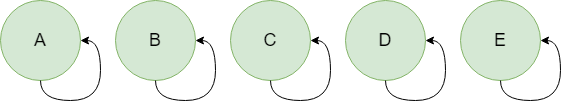
The draw.io diagram algrithem/union_set_example1.drawio.png in muxicode/c153080686, before a commit. Source tidied: cells renumbered, new cells last; positions are measured from the earlier drawing's top-left corner, leaving out a move shared by most shapes.
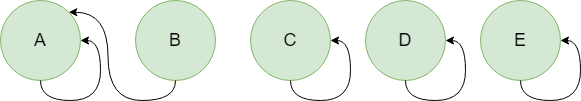
The same file after the commit.

Change to the diagram source:
```diff
@@ -3,7 +3,7 @@
     <mxCell id="0" />
     <mxCell id="1" parent="0" />
     <mxCell id="2" value="&lt;font style=&quot;font-size: 18px;&quot;&gt;A&lt;/font&gt;" style="ellipse;whiteSpace=wrap;html=1;fillColor=#d5e8d4;strokeColor=#82b366;" parent="1" vertex="1">
-      <mxGeometry width="80" height="80" as="geometry" />
+      <mxGeometry x="-20" width="80" height="80" as="geometry" />
     </mxCell>
     <mxCell id="3" style="edgeStyle=orthogonalEdgeStyle;rounded=0;orthogonalLoop=1;jettySize=auto;html=1;exitX=0.5;exitY=1;exitDx=0;exitDy=0;entryX=1;entryY=0.5;entryDx=0;entryDy=0;curved=1;" parent="1" edge="1" source="2" target="2">
       <mxGeometry relative="1" as="geometry" />
@@ -11,7 +11,7 @@
     <mxCell id="4" value="&lt;font style=&quot;font-size: 18px;&quot;&gt;B&lt;/font&gt;" style="ellipse;whiteSpace=wrap;html=1;fillColor=#d5e8d4;strokeColor=#82b366;" parent="1" vertex="1">
       <mxGeometry x="115" width="80" height="80" as="geometry" />
     </mxCell>
-    <mxCell id="5" style="edgeStyle=orthogonalEdgeStyle;rounded=0;orthogonalLoop=1;jettySize=auto;html=1;exitX=0.5;exitY=1;exitDx=0;exitDy=0;entryX=1;entryY=0.5;entryDx=0;entryDy=0;curved=1;" parent="1" edge="1" source="4" target="4">
+    <mxCell id="5" style="edgeStyle=orthogonalEdgeStyle;rounded=0;jettySize=auto;html=1;exitX=0.5;exitY=1;exitDx=0;exitDy=0;entryX=1;entryY=0;entryDx=0;entryDy=0;curved=1;" parent="1" edge="1" source="4" target="2">
       <mxGeometry relative="1" as="geometry" />
     </mxCell>
     <mxCell id="6" value="&lt;span style=&quot;font-size: 18px;&quot;&gt;C&lt;/span&gt;" style="ellipse;whiteSpace=wrap;html=1;fillColor=#d5e8d4;strokeColor=#82b366;" parent="1" vertex="1">
```
